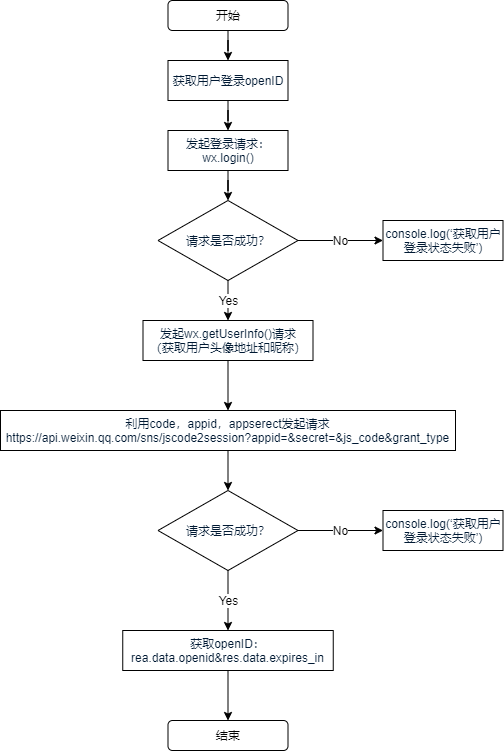
The draw.io diagram 获取openID.png in wangchongchong1007/Drawio, before a commit. Source tidied: cells renumbered, new cells last; positions are measured from the earlier drawing's top-left corner, leaving out a move shared by most shapes.
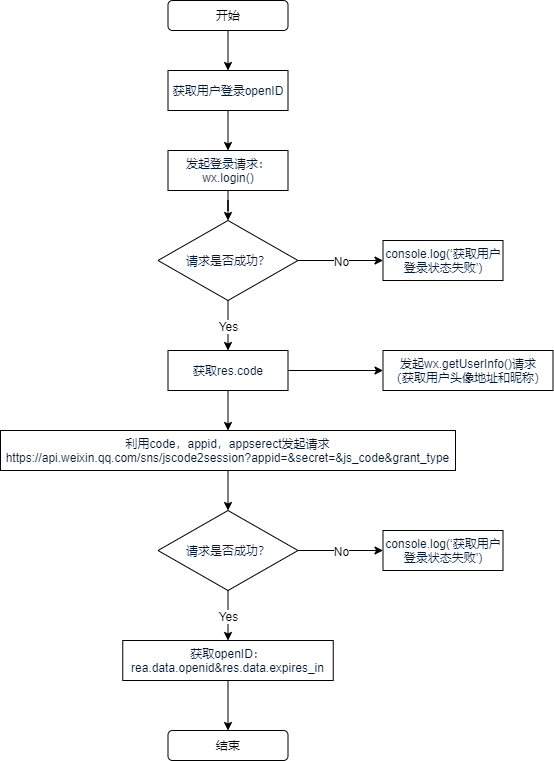
After the commit.

What changed in the source:
```diff
@@ -16,7 +16,7 @@
       <mxGeometry relative="1" as="geometry" />
     </mxCell>
     <mxCell id="5" value="开始" style="rounded=1;whiteSpace=wrap;html=1;" parent="1" vertex="1">
-      <mxGeometry x="167.5" width="120" height="30" as="geometry" />
+      <mxGeometry x="167.5" y="-10" width="120" height="30" as="geometry" />
     </mxCell>
     <mxCell id="6" value="结束" style="rounded=1;whiteSpace=wrap;html=1;" parent="1" vertex="1">
       <mxGeometry x="167.5" y="720" width="120" height="30" as="geometry" />
@@ -31,31 +31,34 @@
       <mxGeometry relative="1" as="geometry" />
     </mxCell>
     <mxCell id="10" value="&lt;span style=&quot;color: rgb(0 , 25 , 51)&quot;&gt;发起登录请求：&lt;/span&gt;&lt;br style=&quot;color: rgb(0 , 25 , 51)&quot;&gt;&lt;span style=&quot;color: rgb(0 , 25 , 51)&quot;&gt;wx.login()&lt;/span&gt;" style="rounded=0;whiteSpace=wrap;html=1;" parent="1" vertex="1">
-      <mxGeometry x="167.5" y="130" width="120" height="40" as="geometry" />
+      <mxGeometry x="167.5" y="140" width="120" height="40" as="geometry" />
     </mxCell>
     <mxCell id="11" value="&lt;span style=&quot;color: rgb(0 , 25 , 51)&quot;&gt;请求是否成功？&lt;/span&gt;" style="rhombus;whiteSpace=wrap;html=1;" parent="1" vertex="1">
-      <mxGeometry x="157.5" y="200" width="140" height="80" as="geometry" />
+      <mxGeometry x="157.5" y="210" width="140" height="80" as="geometry" />
     </mxCell>
     <mxCell id="12" style="edgeStyle=orthogonalEdgeStyle;rounded=0;jettySize=auto;html=1;exitX=0.5;exitY=1;exitDx=0;exitDy=0;" parent="1" edge="1" source="13" target="17">
       <mxGeometry relative="1" as="geometry" />
     </mxCell>
+    <mxCell id="31" style="edgeStyle=orthogonalEdgeStyle;rounded=0;jettySize=auto;html=1;exitX=1;exitY=0.5;exitDx=0;exitDy=0;" parent="1" edge="1" source="13" target="15">
+      <mxGeometry relative="1" as="geometry" />
+    </mxCell>
     <mxCell id="13" value="&lt;span style=&quot;color: rgb(0 , 25 , 51)&quot;&gt;获取res.code&lt;/span&gt;" style="rounded=0;whiteSpace=wrap;html=1;" parent="1" vertex="1">
-      <mxGeometry x="167.5" y="320" width="120" height="40" as="geometry" />
+      <mxGeometry x="167.5" y="340" width="120" height="40" as="geometry" />
     </mxCell>
     <mxCell id="14" value="&lt;span style=&quot;color: rgb(0 , 25 , 51)&quot;&gt;console.log(‘获取用户登录状态失败’)&lt;/span&gt;" style="rounded=0;whiteSpace=wrap;html=1;" parent="1" vertex="1">
-      <mxGeometry x="382.5" y="220" width="120" height="40" as="geometry" />
+      <mxGeometry x="382.5" y="230" width="120" height="40" as="geometry" />
     </mxCell>
     <mxCell id="15" value="&lt;span style=&quot;color: rgb(0 , 25 , 51)&quot;&gt;发起wx.getUserInfo()请求&lt;/span&gt;&lt;br style=&quot;color: rgb(0 , 25 , 51)&quot;&gt;&lt;span style=&quot;color: rgb(0 , 25 , 51)&quot;&gt;（获取用户头像地址和昵称）&lt;/span&gt;" style="rounded=0;whiteSpace=wrap;html=1;" parent="1" vertex="1">
-      <mxGeometry x="142.5" y="320" width="170" height="40" as="geometry" />
+      <mxGeometry x="382.5" y="340" width="170" height="40" as="geometry" />
     </mxCell>
     <mxCell id="16" style="edgeStyle=orthogonalEdgeStyle;rounded=0;jettySize=auto;html=1;exitX=0.5;exitY=1;exitDx=0;exitDy=0;entryX=0.5;entryY=0;entryDx=0;entryDy=0;" parent="1" edge="1" source="17" target="18">
       <mxGeometry relative="1" as="geometry" />
     </mxCell>
     <mxCell id="17" value="&lt;span style=&quot;color: rgb(0 , 25 , 51)&quot;&gt;利用code，appid，&lt;/span&gt;&lt;span style=&quot;color: rgb(0 , 25 , 51)&quot;&gt;appserect发起请求&lt;/span&gt;&lt;br style=&quot;color: rgb(0 , 25 , 51)&quot;&gt;&lt;span style=&quot;color: rgb(0 , 25 , 51)&quot;&gt;https://api.weixin.qq.com/sns/jscode2session?appid=&amp;amp;secret=&amp;amp;js_code&amp;amp;grant_type&lt;/span&gt;" style="rounded=0;whiteSpace=wrap;html=1;" parent="1" vertex="1">
-      <mxGeometry y="410" width="455" height="40" as="geometry" />
+      <mxGeometry y="420" width="455" height="40" as="geometry" />
     </mxCell>
     <mxCell id="18" value="&lt;span style=&quot;color: rgb(0 , 25 , 51)&quot;&gt;请求是否成功？&lt;/span&gt;" style="rhombus;whiteSpace=wrap;html=1;" parent="1" vertex="1">
-      <mxGeometry x="157.5" y="490" width="140" height="80" as="geometry" />
+      <mxGeometry x="157.5" y="500" width="140" height="80" as="geometry" />
     </mxCell>
     <mxCell id="19" style="edgeStyle=orthogonalEdgeStyle;rounded=0;jettySize=auto;html=1;exitX=0.5;exitY=1;exitDx=0;exitDy=0;" parent="1" edge="1" source="20" target="6">
       <mxGeometry relative="1" as="geometry" />
@@ -64,7 +67,7 @@
       <mxGeometry x="122.2" y="630" width="210.5" height="40" as="geometry" />
     </mxCell>
     <mxCell id="21" value="&lt;span style=&quot;color: rgb(0 , 25 , 51)&quot;&gt;console.log(‘获取用户登录状态失败’)&lt;/span&gt;" style="rounded=0;whiteSpace=wrap;html=1;" parent="1" vertex="1">
-      <mxGeometry x="382.5" y="510" width="120" height="40" as="geometry" />
+      <mxGeometry x="382.5" y="520" width="120" height="40" as="geometry" />
     </mxCell>
     <mxCell id="22" style="endArrow=classic;html=1;exitX=0.5;exitY=1;exitDx=0;exitDy=0;entryX=0.5;entryY=0;entryDx=0;entryDy=0;" parent="1" edge="1" source="18" target="20">
       <mxGeometry relative="1" as="geometry" />
```
